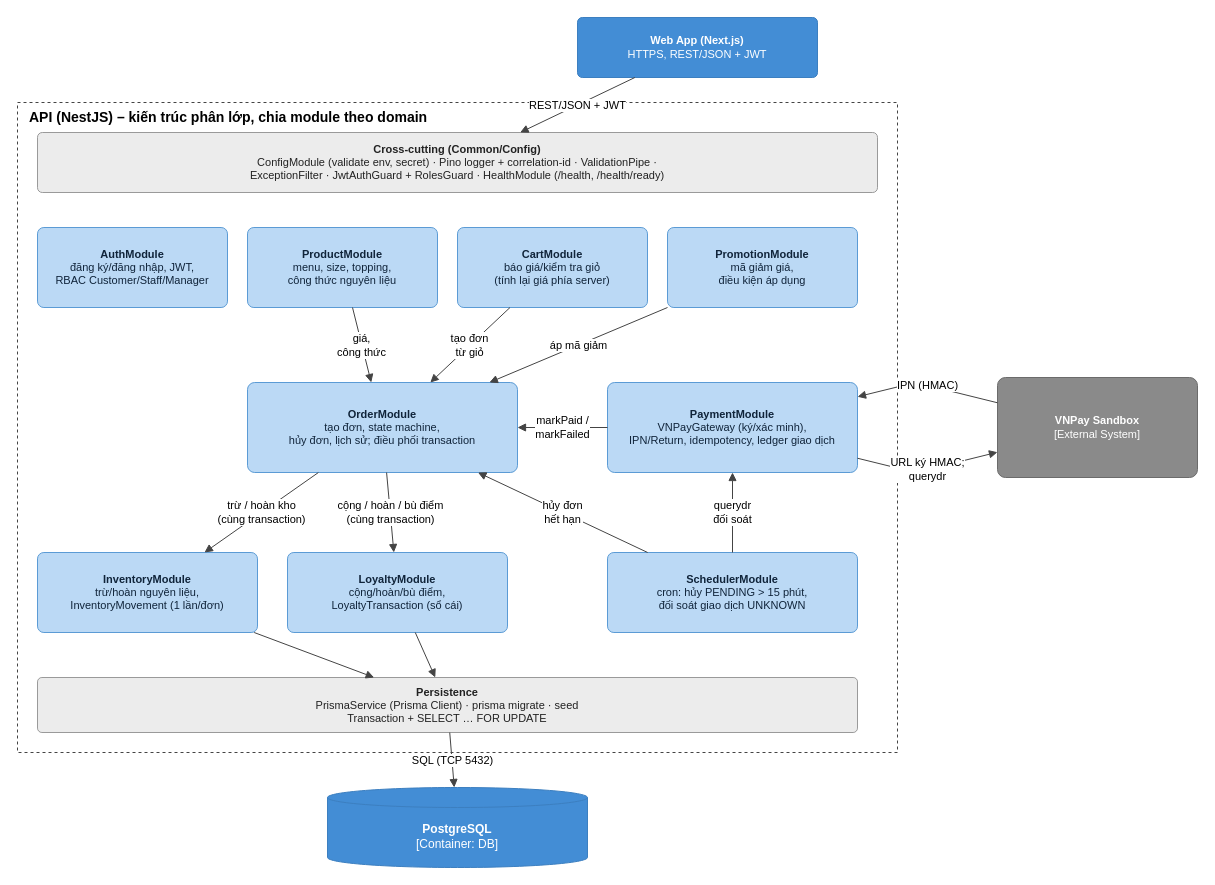
mhien06/SWE_A2 keeps this draw.io diagram as docs/diagrams/sources/component-api.drawio. Above is the earlier version. Source tidied: cells renumbered, new cells numbered last; positions are measured from the earlier drawing's top-left corner, leaving out a move shared by most shapes. Both pictures are drawn from the tidied source at 100%, with x=0, y=0 at pixel (17, 17).
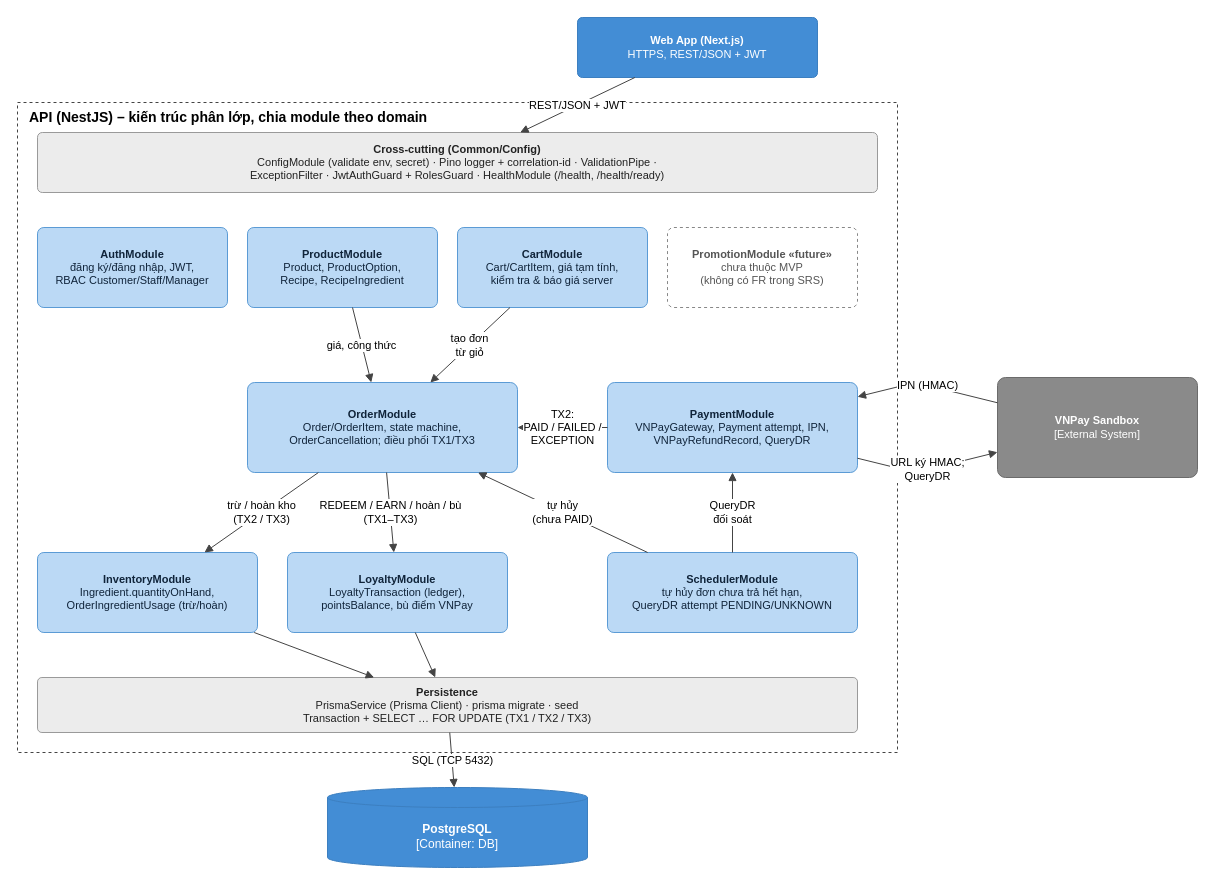
After the change.

Unchanged cells that the change refers to:
```xml
<mxCell id="15" value="&lt;b&gt;PostgreSQL&lt;/b&gt;&lt;br&gt;[Container: DB]" style="shape=cylinder3;whiteSpace=wrap;html=1;boundedLbl=1;backgroundOutline=1;size=10;fillColor=#438DD5;strokeColor=#3C7FC0;fontColor=#ffffff;" parent="1" vertex="1">
  <mxGeometry x="310" y="770" width="260" height="80" as="geometry" />
</mxCell>
<mxCell id="16" value="&lt;b&gt;VNPay Sandbox&lt;/b&gt;&lt;br&gt;[External System]" style="rounded=1;whiteSpace=wrap;html=1;arcSize=8;fillColor=#8A8A8A;strokeColor=#6B6B6B;fontColor=#ffffff;fontSize=11;" parent="1" vertex="1">
  <mxGeometry x="980" y="360" width="200" height="100" as="geometry" />
</mxCell>
```

Change to the diagram source:
```diff
@@
-    <mxCell id="6" value="&lt;b&gt;ProductModule&lt;/b&gt;&lt;br&gt;menu, size, topping,&lt;br&gt;công thức nguyên liệu" style="rounded=1;whiteSpace=wrap;html=1;arcSize=8;fillColor=#BBD9F5;strokeColor=#5B9BD5;fontColor=#10243a;fontSize=11;" parent="1" vertex="1">
+    <mxCell id="6" value="&lt;b&gt;ProductModule&lt;/b&gt;&lt;br&gt;Product, ProductOption,&lt;br&gt;Recipe, RecipeIngredient" style="rounded=1;whiteSpace=wrap;html=1;arcSize=8;fillColor=#BBD9F5;strokeColor=#5B9BD5;fontColor=#10243a;fontSize=11;" parent="1" vertex="1">
       <mxGeometry x="230" y="210" width="190" height="80" as="geometry" />
     </mxCell>
-    <mxCell id="7" value="&lt;b&gt;CartModule&lt;/b&gt;&lt;br&gt;báo giá/kiểm tra giỏ&lt;br&gt;(tính lại giá phía server)" style="rounded=1;whiteSpace=wrap;html=1;arcSize=8;fillColor=#BBD9F5;strokeColor=#5B9BD5;fontColor=#10243a;fontSize=11;" parent="1" vertex="1">
+    <mxCell id="7" value="&lt;b&gt;CartModule&lt;/b&gt;&lt;br&gt;Cart/CartItem, giá tạm tính,&lt;br&gt;kiểm tra &amp; báo giá server" style="rounded=1;whiteSpace=wrap;html=1;arcSize=8;fillColor=#BBD9F5;strokeColor=#5B9BD5;fontColor=#10243a;fontSize=11;" parent="1" vertex="1">
       <mxGeometry x="440" y="210" width="190" height="80" as="geometry" />
     </mxCell>
-    <mxCell id="8" value="&lt;b&gt;PromotionModule&lt;/b&gt;&lt;br&gt;mã giảm giá,&lt;br&gt;điều kiện áp dụng" style="rounded=1;whiteSpace=wrap;html=1;arcSize=8;fillColor=#BBD9F5;strokeColor=#5B9BD5;fontColor=#10243a;fontSize=11;" parent="1" vertex="1">
+    <mxCell id="8" value="&lt;b&gt;PromotionModule «future»&lt;/b&gt;&lt;br&gt;chưa thuộc MVP&lt;br&gt;(không có FR trong SRS)" style="rounded=1;whiteSpace=wrap;html=1;arcSize=8;fillColor=#FFFFFF;strokeColor=#888888;fontColor=#555555;fontSize=11;dashed=1;" parent="1" vertex="1">
       <mxGeometry x="650" y="210" width="190" height="80" as="geometry" />
     </mxCell>
-    <mxCell id="9" value="&lt;b&gt;OrderModule&lt;/b&gt;&lt;br&gt;tạo đơn, state machine,&lt;br&gt;hủy đơn, lịch sử; điều phối transaction" style="rounded=1;whiteSpace=wrap;html=1;arcSize=8;fillColor=#BBD9F5;strokeColor=#5B9BD5;fontColor=#10243a;fontSize=11;" parent="1" vertex="1">
+    <mxCell id="9" value="&lt;b&gt;OrderModule&lt;/b&gt;&lt;br&gt;Order/OrderItem, state machine,&lt;br&gt;OrderCancellation; điều phối TX1/TX3" style="rounded=1;whiteSpace=wrap;html=1;arcSize=8;fillColor=#BBD9F5;strokeColor=#5B9BD5;fontColor=#10243a;fontSize=11;" parent="1" vertex="1">
       <mxGeometry x="230" y="365" width="270" height="90" as="geometry" />
     </mxCell>
-    <mxCell id="10" value="&lt;b&gt;PaymentModule&lt;/b&gt;&lt;br&gt;VNPayGateway (ký/xác minh),&lt;br&gt;IPN/Return, idempotency, ledger giao dịch" style="rounded=1;whiteSpace=wrap;html=1;arcSize=8;fillColor=#BBD9F5;strokeColor=#5B9BD5;fontColor=#10243a;fontSize=11;" parent="1" vertex="1">
+    <mxCell id="10" value="&lt;b&gt;PaymentModule&lt;/b&gt;&lt;br&gt;VNPayGateway, Payment attempt, IPN,&lt;br&gt;VNPayRefundRecord, QueryDR" style="rounded=1;whiteSpace=wrap;html=1;arcSize=8;fillColor=#BBD9F5;strokeColor=#5B9BD5;fontColor=#10243a;fontSize=11;" parent="1" vertex="1">
       <mxGeometry x="590" y="365" width="250" height="90" as="geometry" />
     </mxCell>
-    <mxCell id="11" value="&lt;b&gt;InventoryModule&lt;/b&gt;&lt;br&gt;trừ/hoàn nguyên liệu,&lt;br&gt;InventoryMovement (1 lần/đơn)" style="rounded=1;whiteSpace=wrap;html=1;arcSize=8;fillColor=#BBD9F5;strokeColor=#5B9BD5;fontColor=#10243a;fontSize=11;" parent="1" vertex="1">
+    <mxCell id="11" value="&lt;b&gt;InventoryModule&lt;/b&gt;&lt;br&gt;Ingredient.quantityOnHand,&lt;br&gt;OrderIngredientUsage (trừ/hoàn)" style="rounded=1;whiteSpace=wrap;html=1;arcSize=8;fillColor=#BBD9F5;strokeColor=#5B9BD5;fontColor=#10243a;fontSize=11;" parent="1" vertex="1">
       <mxGeometry x="20" y="535" width="220" height="80" as="geometry" />
     </mxCell>
-    <mxCell id="12" value="&lt;b&gt;LoyaltyModule&lt;/b&gt;&lt;br&gt;cộng/hoàn/bù điểm,&lt;br&gt;LoyaltyTransaction (sổ cái)" style="rounded=1;whiteSpace=wrap;html=1;arcSize=8;fillColor=#BBD9F5;strokeColor=#5B9BD5;fontColor=#10243a;fontSize=11;" parent="1" vertex="1">
+    <mxCell id="12" value="&lt;b&gt;LoyaltyModule&lt;/b&gt;&lt;br&gt;LoyaltyTransaction (ledger),&lt;br&gt;pointsBalance, bù điểm VNPay" style="rounded=1;whiteSpace=wrap;html=1;arcSize=8;fillColor=#BBD9F5;strokeColor=#5B9BD5;fontColor=#10243a;fontSize=11;" parent="1" vertex="1">
       <mxGeometry x="270" y="535" width="220" height="80" as="geometry" />
     </mxCell>
-    <mxCell id="13" value="&lt;b&gt;SchedulerModule&lt;/b&gt;&lt;br&gt;cron: hủy PENDING &gt; 15 phút,&lt;br&gt;đối soát giao dịch UNKNOWN" style="rounded=1;whiteSpace=wrap;html=1;arcSize=8;fillColor=#BBD9F5;strokeColor=#5B9BD5;fontColor=#10243a;fontSize=11;" parent="1" vertex="1">
+    <mxCell id="13" value="&lt;b&gt;SchedulerModule&lt;/b&gt;&lt;br&gt;tự hủy đơn chưa trả hết hạn,&lt;br&gt;QueryDR attempt PENDING/UNKNOWN" style="rounded=1;whiteSpace=wrap;html=1;arcSize=8;fillColor=#BBD9F5;strokeColor=#5B9BD5;fontColor=#10243a;fontSize=11;" parent="1" vertex="1">
       <mxGeometry x="590" y="535" width="250" height="80" as="geometry" />
     </mxCell>
-    <mxCell id="14" value="&lt;b&gt;Persistence&lt;/b&gt;&lt;br&gt;PrismaService (Prisma Client) · prisma migrate · seed&lt;br&gt;Transaction + SELECT … FOR UPDATE" style="rounded=1;whiteSpace=wrap;html=1;arcSize=8;fillColor=#ECECEC;strokeColor=#9A9A9A;fontColor=#222222;fontSize=11;" parent="1" vertex="1">
+    <mxCell id="14" value="&lt;b&gt;Persistence&lt;/b&gt;&lt;br&gt;PrismaService (Prisma Client) · prisma migrate · seed&lt;br&gt;Transaction + SELECT … FOR UPDATE (TX1 / TX2 / TX3)" style="rounded=1;whiteSpace=wrap;html=1;arcSize=8;fillColor=#ECECEC;strokeColor=#9A9A9A;fontColor=#222222;fontSize=11;" parent="1" vertex="1">
       <mxGeometry x="20" y="660" width="820" height="55" as="geometry" />
     </mxCell>
@@
-    <mxCell id="19" value="giá,&lt;br&gt;công thức" style="endArrow=block;endFill=1;html=1;rounded=0;strokeColor=#444444;fontSize=11;labelBackgroundColor=#ffffff;" parent="1" edge="1" source="6" target="9">
+    <mxCell id="19" value="giá, công thức" style="endArrow=block;endFill=1;html=1;rounded=0;strokeColor=#444444;fontSize=11;labelBackgroundColor=#ffffff;" parent="1" edge="1" source="6" target="9">
       <mxGeometry relative="1" as="geometry" />
     </mxCell>
-    <mxCell id="20" value="áp mã giảm" style="endArrow=block;endFill=1;html=1;rounded=0;strokeColor=#444444;fontSize=11;labelBackgroundColor=#ffffff;" parent="1" edge="1" source="8" target="9">
+    <mxCell id="20" value="TX2:&lt;br&gt;PAID / FAILED /&lt;br&gt;EXCEPTION" style="endArrow=block;endFill=1;html=1;rounded=0;strokeColor=#444444;fontSize=11;labelBackgroundColor=#ffffff;" parent="1" edge="1" source="10" target="9">
       <mxGeometry relative="1" as="geometry" />
     </mxCell>
-    <mxCell id="21" value="markPaid /&lt;br&gt;markFailed" style="endArrow=block;endFill=1;html=1;rounded=0;strokeColor=#444444;fontSize=11;labelBackgroundColor=#ffffff;" parent="1" edge="1" source="10" target="9">
+    <mxCell id="21" value="tự hủy&lt;br&gt;(chưa PAID)" style="endArrow=block;endFill=1;html=1;rounded=0;strokeColor=#444444;fontSize=11;labelBackgroundColor=#ffffff;" parent="1" edge="1" source="13" target="9">
       <mxGeometry relative="1" as="geometry" />
     </mxCell>
-    <mxCell id="22" value="hủy đơn&lt;br&gt;hết hạn" style="endArrow=block;endFill=1;html=1;rounded=0;strokeColor=#444444;fontSize=11;labelBackgroundColor=#ffffff;" parent="1" edge="1" source="13" target="9">
+    <mxCell id="22" value="QueryDR&lt;br&gt;đối soát" style="endArrow=block;endFill=1;html=1;rounded=0;strokeColor=#444444;fontSize=11;labelBackgroundColor=#ffffff;" parent="1" edge="1" source="13" target="10">
       <mxGeometry relative="1" as="geometry" />
     </mxCell>
-    <mxCell id="23" value="querydr&lt;br&gt;đối soát" style="endArrow=block;endFill=1;html=1;rounded=0;strokeColor=#444444;fontSize=11;labelBackgroundColor=#ffffff;" parent="1" edge="1" source="13" target="10">
+    <mxCell id="23" value="trừ / hoàn kho&lt;br&gt;(TX2 / TX3)" style="endArrow=block;endFill=1;html=1;rounded=0;strokeColor=#444444;fontSize=11;labelBackgroundColor=#ffffff;" parent="1" edge="1" source="9" target="11">
       <mxGeometry relative="1" as="geometry" />
     </mxCell>
-    <mxCell id="24" value="trừ / hoàn kho&lt;br&gt;(cùng transaction)" style="endArrow=block;endFill=1;html=1;rounded=0;strokeColor=#444444;fontSize=11;labelBackgroundColor=#ffffff;" parent="1" edge="1" source="9" target="11">
+    <mxCell id="24" value="REDEEM / EARN / hoàn / bù&lt;br&gt;(TX1–TX3)" style="endArrow=block;endFill=1;html=1;rounded=0;strokeColor=#444444;fontSize=11;labelBackgroundColor=#ffffff;" parent="1" edge="1" source="9" target="12">
       <mxGeometry relative="1" as="geometry" />
     </mxCell>
-    <mxCell id="25" value="cộng / hoàn / bù điểm&lt;br&gt;(cùng transaction)" style="endArrow=block;endFill=1;html=1;rounded=0;strokeColor=#444444;fontSize=11;labelBackgroundColor=#ffffff;" parent="1" edge="1" source="9" target="12">
+    <mxCell id="25" style="endArrow=block;endFill=1;html=1;rounded=0;strokeColor=#444444;fontSize=11;labelBackgroundColor=#ffffff;" parent="1" edge="1" source="11" target="14">
       <mxGeometry relative="1" as="geometry" />
     </mxCell>
-    <mxCell id="26" style="endArrow=block;endFill=1;html=1;rounded=0;strokeColor=#444444;fontSize=11;labelBackgroundColor=#ffffff;" parent="1" edge="1" source="11" target="14">
+    <mxCell id="26" style="endArrow=block;endFill=1;html=1;rounded=0;strokeColor=#444444;fontSize=11;labelBackgroundColor=#ffffff;" parent="1" edge="1" source="12" target="14">
       <mxGeometry relative="1" as="geometry" />
     </mxCell>
-    <mxCell id="27" style="endArrow=block;endFill=1;html=1;rounded=0;strokeColor=#444444;fontSize=11;labelBackgroundColor=#ffffff;" parent="1" edge="1" source="12" target="14">
+    <mxCell id="27" value="SQL (TCP 5432)" style="endArrow=block;endFill=1;html=1;rounded=0;strokeColor=#444444;fontSize=11;labelBackgroundColor=#ffffff;" parent="1" edge="1" source="14" target="15">
       <mxGeometry relative="1" as="geometry" />
     </mxCell>
-    <mxCell id="28" value="SQL (TCP 5432)" style="endArrow=block;endFill=1;html=1;rounded=0;strokeColor=#444444;fontSize=11;labelBackgroundColor=#ffffff;" parent="1" edge="1" source="14" target="15">
-      <mxGeometry relative="1" as="geometry" />
+    <mxCell id="28" value="URL ký HMAC;&lt;br&gt;QueryDR" style="endArrow=block;endFill=1;html=1;rounded=0;strokeColor=#444444;fontSize=11;labelBackgroundColor=#ffffff;" parent="1" edge="1" source="10" target="16">
+      <mxGeometry relative="1" as="geometry">
+        <Array as="points">
+          <mxPoint x="898" y="455" />
+        </Array>
+      </mxGeometry>
     </mxCell>
-    <mxCell id="29" value="URL ký HMAC;&lt;br&gt;querydr" style="endArrow=block;endFill=1;html=1;rounded=0;strokeColor=#444444;fontSize=11;labelBackgroundColor=#ffffff;" parent="1" edge="1" source="10" target="16">
+    <mxCell id="29" value="IPN (HMAC)" style="endArrow=block;endFill=1;html=1;rounded=0;strokeColor=#444444;fontSize=11;labelBackgroundColor=#ffffff;" parent="1" edge="1" source="16" target="10">
       <mxGeometry relative="1" as="geometry">
         <Array as="points">
-          <mxPoint x="898" y="455" />
+          <mxPoint x="898" y="365" />
         </Array>
       </mxGeometry>
     </mxCell>
-    <mxCell id="30" value="IPN (HMAC)" style="endArrow=block;endFill=1;html=1;rounded=0;strokeColor=#444444;fontSize=11;labelBackgroundColor=#ffffff;" parent="1" edge="1" source="16" target="10">
-      <mxGeometry relative="1" as="geometry">
-        <Array as="points">
-          <mxPoint x="898" y="365" />
-        </Array>
-      </mxGeometry>
-    </mxCell>
```
